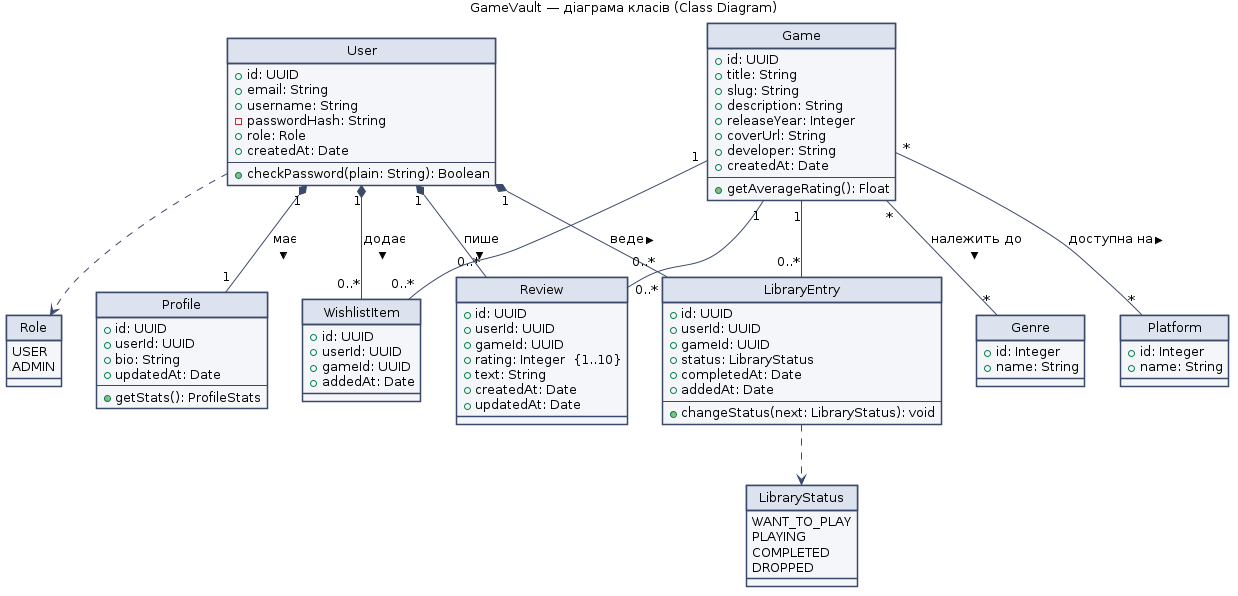
PavloPopovV/GameVault keeps this PlantUML diagram as docs/diagrams/class-diagram.png. Above is the earlier version. Its source is kept beside it as docs/diagrams/class-diagram.puml. The source it was exported from:
```plantuml
@startuml
skinparam defaultFontName "DejaVu Sans"
skinparam defaultFontSize 13
skinparam shadowing false
skinparam class {
  BackgroundColor #F4F6FA
  BorderColor #3B4A6B
  ArrowColor #3B4A6B
  HeaderBackgroundColor #DDE3EE
}
hide circle
title GameVault — діаграма класів (Class Diagram)

enum Role {
  USER
  ADMIN
}
enum LibraryStatus {
  WANT_TO_PLAY
  PLAYING
  COMPLETED
  DROPPED
}

class User {
  + id: UUID
  + email: String
  + username: String
  - passwordHash: String
  + role: Role
  + createdAt: Date
  --
  + checkPassword(plain: String): Boolean
}
class Profile {
  + id: UUID
  + userId: UUID
  + bio: String
  + updatedAt: Date
  --
  + getStats(): ProfileStats
}
class Game {
  + id: UUID
  + title: String
  + slug: String
  + description: String
  + releaseYear: Integer
  + coverUrl: String
  + developer: String
  + createdAt: Date
  --
  + getAverageRating(): Float
}
class Genre {
  + id: Integer
  + name: String
}
class Platform {
  + id: Integer
  + name: String
}
class LibraryEntry {
  + id: UUID
  + userId: UUID
  + gameId: UUID
  + status: LibraryStatus
  + completedAt: Date
  + addedAt: Date
  --
  + changeStatus(next: LibraryStatus): void
}
class WishlistItem {
  + id: UUID
  + userId: UUID
  + gameId: UUID
  + addedAt: Date
}
class Review {
  + id: UUID
  + userId: UUID
  + gameId: UUID
  + rating: Integer  {1..10}
  + text: String
  + createdAt: Date
  + updatedAt: Date
}

User "1" *-- "1" Profile : має >
User "1" *-- "0..*" LibraryEntry : веде >
User "1" *-- "0..*" WishlistItem : додає >
User "1" *-- "0..*" Review : пише >
Game "1" -- "0..*" LibraryEntry
Game "1" -- "0..*" WishlistItem
Game "1" -- "0..*" Review
Game "*" -- "*" Genre : належить до >
Game "*" -- "*" Platform : доступна на >
User ..> Role
LibraryEntry ..> LibraryStatus
@enduml
```
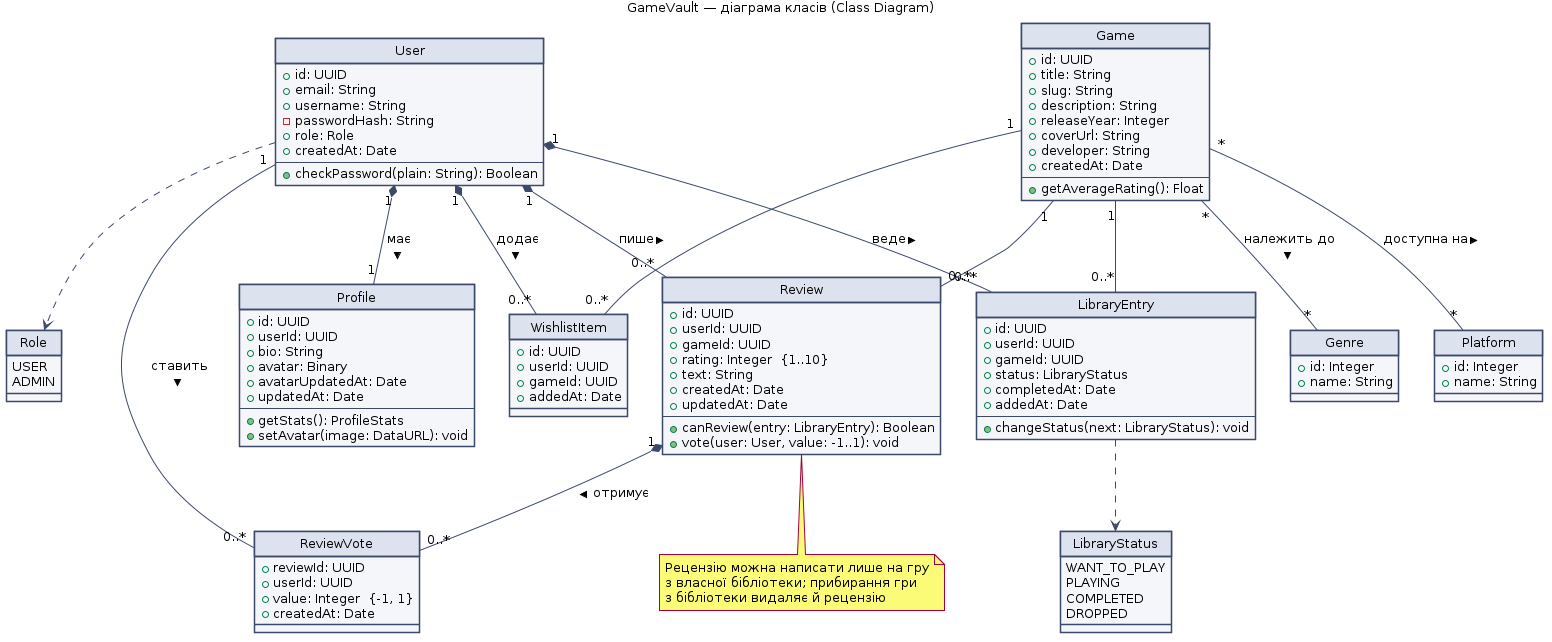
Later version of the same file.

Commit message:
docs(diagrams): Use Case, Class і ER синхронізовано з реалізацією (#30)

The edit, as a diff of the source:
```diff
@@ -36,9 +36,12 @@
   + id: UUID
   + userId: UUID
   + bio: String
+  + avatar: Binary
+  + avatarUpdatedAt: Date
   + updatedAt: Date
   --
   + getStats(): ProfileStats
+  + setAvatar(image: DataURL): void
 }
 class Game {
   + id: UUID
@@ -84,6 +87,15 @@
   + text: String
   + createdAt: Date
   + updatedAt: Date
+  --
+  + canReview(entry: LibraryEntry): Boolean
+  + vote(user: User, value: -1..1): void
+}
+class ReviewVote {
+  + reviewId: UUID
+  + userId: UUID
+  + value: Integer  {-1, 1}
+  + createdAt: Date
 }
 
 User "1" *-- "1" Profile : має >
@@ -95,6 +107,13 @@
 Game "1" -- "0..*" Review
 Game "*" -- "*" Genre : належить до >
 Game "*" -- "*" Platform : доступна на >
+Review "1" *-- "0..*" ReviewVote : отримує >
+User "1" -- "0..*" ReviewVote : ставить >
+note bottom of Review
+  Рецензію можна написати лише на гру
+  з власної бібліотеки; прибирання гри
+  з бібліотеки видаляє й рецензію
+end note
 User ..> Role
 LibraryEntry ..> LibraryStatus
 @enduml
```
